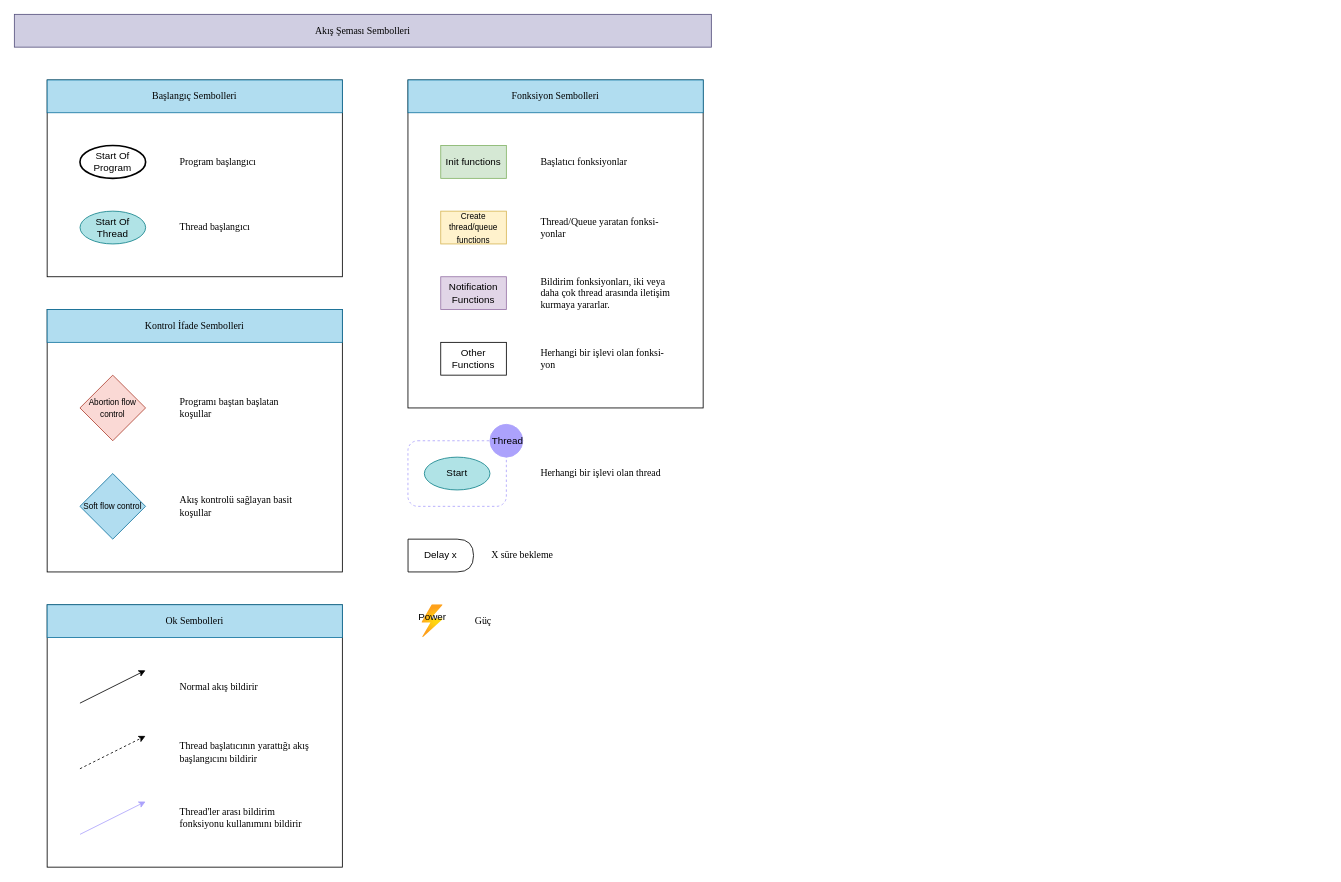
Before: flow_chart_symbols.drawio in Mona-Roza/car_tracking, a draw.io diagram. Source tidied: cells renumbered, new cells numbered last; positions are measured from the earlier drawing's top-left corner, leaving out a move shared by most shapes. Both pictures are drawn from the tidied source at 82%, with x=0, y=0 at pixel (14, 14).
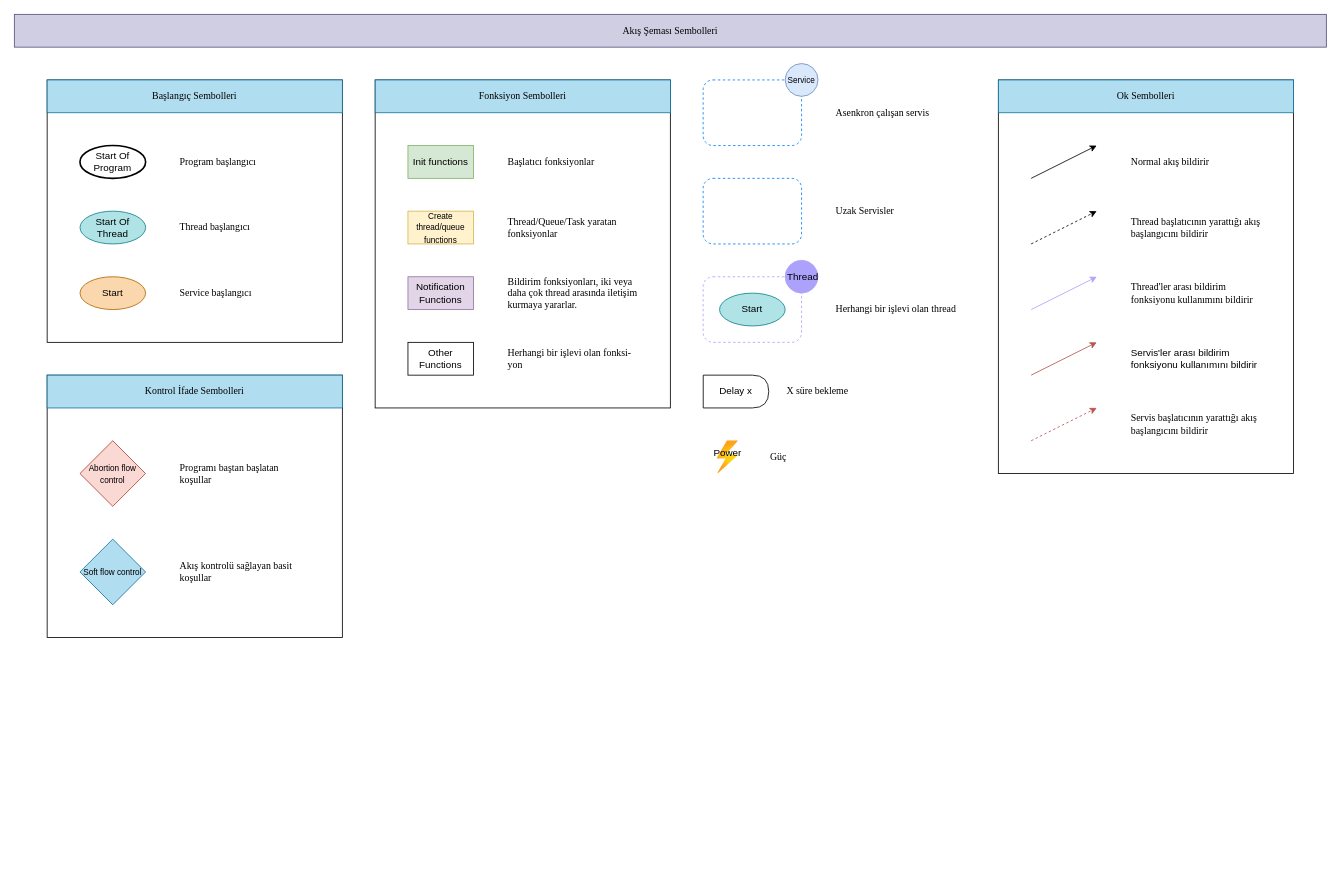
The same page after the edit.

Commit message (it also covers changes not shown here):
add web diagram

Diff of the diagram source:
```diff
@@
     <mxCell id="2" style="rounded=0;whiteSpace=wrap;html=1;fillColor=none;" parent="1" vertex="1">
-      <mxGeometry x="40" y="720" width="360" height="320" as="geometry" />
+      <mxGeometry x="1200" y="80" width="360" height="480" as="geometry" />
     </mxCell>
     <mxCell id="3" style="rounded=0;whiteSpace=wrap;html=1;fillColor=none;" parent="1" vertex="1">
-      <mxGeometry x="40" y="80" width="360" height="240" as="geometry" />
+      <mxGeometry x="40" y="80" width="360" height="320" as="geometry" />
     </mxCell>
     <mxCell id="4" style="rounded=0;whiteSpace=wrap;html=1;fillColor=none;" parent="1" vertex="1">
-      <mxGeometry x="480" y="80" width="360" height="400" as="geometry" />
+      <mxGeometry x="440" y="80" width="360" height="400" as="geometry" />
     </mxCell>
@@
     <mxCell id="7" value="Init functions" style="rounded=0;whiteSpace=wrap;html=1;fillColor=#d5e8d4;strokeColor=#82b366;" parent="1" vertex="1">
-      <mxGeometry x="520" y="160" width="80" height="40" as="geometry" />
+      <mxGeometry x="480" y="160" width="80" height="40" as="geometry" />
     </mxCell>
     <mxCell id="8" value="&lt;font face=&quot;Times New Roman&quot;&gt;Akış Şeması Sembolleri&lt;/font&gt;" style="text;html=1;strokeColor=#56517e;fillColor=#d0cee2;align=center;verticalAlign=middle;whiteSpace=wrap;rounded=0;" parent="1" vertex="1">
-      <mxGeometry width="850" height="40" as="geometry" />
+      <mxGeometry width="1600" height="40" as="geometry" />
     </mxCell>
     <mxCell id="9" value="&lt;font face=&quot;Times New Roman&quot;&gt;Başlatıcı fonksiyonlar&lt;/font&gt;" style="text;html=1;strokeColor=none;fillColor=none;align=left;verticalAlign=middle;whiteSpace=wrap;rounded=0;" parent="1" vertex="1">
-      <mxGeometry x="640" y="160" width="160" height="40" as="geometry" />
+      <mxGeometry x="600" y="160" width="160" height="40" as="geometry" />
     </mxCell>
     <mxCell id="10" value="&lt;font style=&quot;font-size: 10px;&quot;&gt;Create thread/queue functions&lt;/font&gt;" style="rounded=0;whiteSpace=wrap;html=1;fillColor=#fff2cc;strokeColor=#d6b656;" parent="1" vertex="1">
-      <mxGeometry x="520" y="240" width="80" height="40" as="geometry" />
+      <mxGeometry x="480" y="240" width="80" height="40" as="geometry" />
     </mxCell>
-    <mxCell id="11" value="&lt;font face=&quot;Times New Roman&quot;&gt;Thread/Queue yaratan fonksi-yonlar&lt;/font&gt;" style="text;html=1;strokeColor=none;fillColor=none;align=left;verticalAlign=middle;whiteSpace=wrap;rounded=0;" parent="1" vertex="1">
-      <mxGeometry x="640" y="240" width="160" height="40" as="geometry" />
+    <mxCell id="11" value="&lt;font face=&quot;Times New Roman&quot;&gt;Thread/Queue/Task yaratan fonksiyonlar&lt;/font&gt;" style="text;html=1;strokeColor=none;fillColor=none;align=left;verticalAlign=middle;whiteSpace=wrap;rounded=0;" parent="1" vertex="1">
+      <mxGeometry x="600" y="240" width="160" height="40" as="geometry" />
     </mxCell>
     <mxCell id="12" value="&lt;font face=&quot;Times New Roman&quot;&gt;Herhangi bir işlevi olan fonksi-yon&lt;/font&gt;" style="text;html=1;strokeColor=none;fillColor=none;align=left;verticalAlign=middle;whiteSpace=wrap;rounded=0;" parent="1" vertex="1">
-      <mxGeometry x="640" y="400" width="160" height="40" as="geometry" />
+      <mxGeometry x="600" y="400" width="160" height="40" as="geometry" />
     </mxCell>
     <mxCell id="13" value="Other Functions" style="rounded=0;whiteSpace=wrap;html=1;" parent="1" vertex="1">
-      <mxGeometry x="520" y="400" width="80" height="40" as="geometry" />
+      <mxGeometry x="480" y="400" width="80" height="40" as="geometry" />
     </mxCell>
     <mxCell id="14" value="Notification Functions" style="rounded=0;whiteSpace=wrap;html=1;fillColor=#e1d5e7;strokeColor=#9673a6;" parent="1" vertex="1">
-      <mxGeometry x="520" y="320" width="80" height="40" as="geometry" />
+      <mxGeometry x="480" y="320" width="80" height="40" as="geometry" />
     </mxCell>
     <mxCell id="15" value="&lt;font face=&quot;Times New Roman&quot;&gt;Bildirim fonksiyonları, iki veya daha çok thread arasında iletişim kurmaya yararlar.&lt;/font&gt;" style="text;html=1;strokeColor=none;fillColor=none;align=left;verticalAlign=middle;whiteSpace=wrap;rounded=0;" parent="1" vertex="1">
-      <mxGeometry x="640" y="320" width="160" height="40" as="geometry" />
+      <mxGeometry x="600" y="320" width="160" height="40" as="geometry" />
     </mxCell>
@@
     <mxCell id="18" value="&lt;font face=&quot;Times New Roman&quot;&gt;Fonksiyon Sembolleri&lt;/font&gt;" style="text;html=1;strokeColor=#10739e;fillColor=#b1ddf0;align=center;verticalAlign=middle;whiteSpace=wrap;rounded=0;" parent="1" vertex="1">
-      <mxGeometry x="480.1" y="80" width="360" height="40" as="geometry" />
+      <mxGeometry x="440.1" y="80" width="360" height="40" as="geometry" />
     </mxCell>
     <mxCell id="19" style="rounded=0;whiteSpace=wrap;html=1;fillColor=none;" parent="1" vertex="1">
-      <mxGeometry x="40" y="360" width="360" height="320" as="geometry" />
+      <mxGeometry x="40" y="440" width="360" height="320" as="geometry" />
     </mxCell>
     <mxCell id="20" value="&lt;font face=&quot;Times New Roman&quot;&gt;Kontrol İfade Sembolleri&lt;/font&gt;" style="text;html=1;fillColor=#b1ddf0;align=center;verticalAlign=middle;whiteSpace=wrap;rounded=0;strokeColor=#10739e;" parent="1" vertex="1">
-      <mxGeometry x="40" y="360" width="360" height="40" as="geometry" />
+      <mxGeometry x="40" y="440" width="360" height="40" as="geometry" />
     </mxCell>
     <mxCell id="21" value="&lt;span style=&quot;font-size: 10px;&quot;&gt;Abortion flow control&lt;/span&gt;" style="rhombus;whiteSpace=wrap;html=1;fillColor=#fad9d5;strokeColor=#ae4132;" parent="1" vertex="1">
-      <mxGeometry x="80" y="440" width="80" height="80" as="geometry" />
+      <mxGeometry x="80" y="520" width="80" height="80" as="geometry" />
     </mxCell>
     <mxCell id="22" value="&lt;span style=&quot;font-size: 10px;&quot;&gt;Soft flow control&lt;/span&gt;" style="rhombus;whiteSpace=wrap;html=1;fillColor=#b1ddf0;strokeColor=#10739e;" parent="1" vertex="1">
-      <mxGeometry x="80" y="560" width="80" height="80" as="geometry" />
+      <mxGeometry x="80" y="640" width="80" height="80" as="geometry" />
     </mxCell>
     <mxCell id="23" value="&lt;font face=&quot;Times New Roman&quot;&gt;Programı baştan başlatan koşullar&amp;nbsp;&lt;/font&gt;" style="text;html=1;strokeColor=none;fillColor=none;align=left;verticalAlign=middle;whiteSpace=wrap;rounded=0;" parent="1" vertex="1">
-      <mxGeometry x="200" y="440" width="160" height="80" as="geometry" />
+      <mxGeometry x="200" y="520" width="160" height="80" as="geometry" />
     </mxCell>
     <mxCell id="24" value="&lt;font face=&quot;Times New Roman&quot;&gt;Akış kontrolü sağlayan basit koşullar&lt;/font&gt;" style="text;html=1;strokeColor=none;fillColor=none;align=left;verticalAlign=middle;whiteSpace=wrap;rounded=0;" parent="1" vertex="1">
-      <mxGeometry x="200" y="560" width="160" height="80" as="geometry" />
+      <mxGeometry x="200" y="640" width="160" height="80" as="geometry" />
     </mxCell>
@@
     <mxCell id="26" style="rounded=1;whiteSpace=wrap;html=1;dashed=1;fillColor=none;strokeColor=#ACA2FC;" parent="1" vertex="1">
-      <mxGeometry x="480" y="520" width="120" height="80" as="geometry" />
+      <mxGeometry x="840" y="320" width="120" height="80" as="geometry" />
     </mxCell>
     <mxCell id="27" value="&amp;nbsp;Thread" style="ellipse;whiteSpace=wrap;html=1;fillColor=#ACA2FC;strokeColor=#ACA2FC;" parent="1" vertex="1">
-      <mxGeometry x="580" y="500" width="40" height="40" as="geometry" />
+      <mxGeometry x="940" y="300" width="40" height="40" as="geometry" />
     </mxCell>
     <mxCell id="28" value="Start" style="ellipse;whiteSpace=wrap;html=1;fillColor=#b0e3e6;strokeColor=#0e8088;" parent="1" vertex="1">
-      <mxGeometry x="500" y="540" width="80" height="40" as="geometry" />
+      <mxGeometry x="860" y="340" width="80" height="40" as="geometry" />
     </mxCell>
     <mxCell id="29" value="&lt;font face=&quot;Times New Roman&quot;&gt;Herhangi bir işlevi olan thread&lt;/font&gt;" style="text;html=1;strokeColor=none;fillColor=none;align=left;verticalAlign=middle;whiteSpace=wrap;rounded=0;" parent="1" vertex="1">
-      <mxGeometry x="640" y="540" width="160" height="40" as="geometry" />
+      <mxGeometry x="1000" y="340" width="160" height="40" as="geometry" />
     </mxCell>
     <mxCell id="30" value="Delay x" style="shape=delay;whiteSpace=wrap;html=1;" parent="1" vertex="1">
-      <mxGeometry x="480.1" y="640" width="79.9" height="40" as="geometry" />
+      <mxGeometry x="840.1" y="440" width="79.9" height="40" as="geometry" />
     </mxCell>
     <mxCell id="31" value="&lt;font face=&quot;Times New Roman&quot;&gt;X süre bekleme&amp;nbsp;&lt;/font&gt;" style="text;html=1;strokeColor=none;fillColor=none;align=left;verticalAlign=middle;whiteSpace=wrap;rounded=0;" parent="1" vertex="1">
-      <mxGeometry x="580" y="640" width="90" height="40" as="geometry" />
+      <mxGeometry x="940" y="440" width="90" height="40" as="geometry" />
     </mxCell>
     <mxCell id="32" style="image;html=1;align=center;fontSize=12;image=img/lib/azure2/general/Power.svg;" parent="1" vertex="1">
-      <mxGeometry x="497" y="720" width="25.9" height="40" as="geometry" />
+      <mxGeometry x="857" y="520" width="25.9" height="40" as="geometry" />
     </mxCell>
     <mxCell id="33" value="Power" style="text;html=1;strokeColor=none;fillColor=none;align=center;verticalAlign=middle;whiteSpace=wrap;rounded=0;" parent="1" vertex="1">
-      <mxGeometry x="480" y="720" width="60" height="30" as="geometry" />
+      <mxGeometry x="840" y="520" width="60" height="30" as="geometry" />
     </mxCell>
     <mxCell id="34" value="&lt;font face=&quot;Times New Roman&quot;&gt;Güç&lt;/font&gt;" style="text;html=1;strokeColor=none;fillColor=none;align=left;verticalAlign=middle;whiteSpace=wrap;rounded=0;" parent="1" vertex="1">
-      <mxGeometry x="560" y="720" width="40" height="40" as="geometry" />
+      <mxGeometry x="920" y="520" width="40" height="40" as="geometry" />
     </mxCell>
     <mxCell id="35" value="&lt;font face=&quot;Times New Roman&quot;&gt;Ok Sembolleri&lt;/font&gt;" style="text;html=1;strokeColor=#10739e;fillColor=#b1ddf0;align=center;verticalAlign=middle;whiteSpace=wrap;rounded=0;" parent="1" vertex="1">
-      <mxGeometry x="40" y="720" width="360" height="40" as="geometry" />
+      <mxGeometry x="1200" y="80" width="360" height="40" as="geometry" />
     </mxCell>
     <mxCell id="36" style="endArrow=classic;html=1;rounded=0;entryX=0.333;entryY=0.333;entryDx=0;entryDy=0;entryPerimeter=0;dashed=1;" parent="1" edge="1">
       <mxGeometry relative="1" as="geometry">
-        <mxPoint x="80" y="920" as="sourcePoint" />
-        <mxPoint x="160" y="880" as="targetPoint" />
+        <mxPoint x="1240" y="280" as="sourcePoint" />
+        <mxPoint x="1320" y="240" as="targetPoint" />
       </mxGeometry>
     </mxCell>
     <mxCell id="37" style="endArrow=classic;html=1;rounded=0;entryX=0.333;entryY=0.333;entryDx=0;entryDy=0;entryPerimeter=0;" parent="1" edge="1">
       <mxGeometry relative="1" as="geometry">
-        <mxPoint x="80" y="840" as="sourcePoint" />
-        <mxPoint x="160" y="800" as="targetPoint" />
+        <mxPoint x="1240" y="200" as="sourcePoint" />
+        <mxPoint x="1320" y="160" as="targetPoint" />
       </mxGeometry>
     </mxCell>
     <mxCell id="38" style="endArrow=classic;html=1;rounded=0;entryX=0.333;entryY=0.333;entryDx=0;entryDy=0;entryPerimeter=0;strokeColor=#ACA2FC;" parent="1" edge="1">
       <mxGeometry relative="1" as="geometry">
-        <mxPoint x="80.1" y="1000" as="sourcePoint" />
-        <mxPoint x="160.1" y="960" as="targetPoint" />
+        <mxPoint x="1240.1" y="360" as="sourcePoint" />
+        <mxPoint x="1320.1" y="320" as="targetPoint" />
       </mxGeometry>
     </mxCell>
     <mxCell id="39" value="&lt;font face=&quot;Times New Roman&quot;&gt;Normal akış bildirir&lt;/font&gt;" style="text;html=1;strokeColor=none;fillColor=none;align=left;verticalAlign=middle;whiteSpace=wrap;rounded=0;" parent="1" vertex="1">
-      <mxGeometry x="200" y="800" width="160" height="40" as="geometry" />
+      <mxGeometry x="1360" y="160" width="160" height="40" as="geometry" />
     </mxCell>
     <mxCell id="40" value="&lt;font face=&quot;Times New Roman&quot;&gt;Thread başlatıcının yarattığı akış başlangıcını bildirir&lt;/font&gt;" style="text;html=1;strokeColor=none;fillColor=none;align=left;verticalAlign=middle;whiteSpace=wrap;rounded=0;" parent="1" vertex="1">
-      <mxGeometry x="200" y="880" width="160" height="40" as="geometry" />
+      <mxGeometry x="1360" y="240" width="160" height="40" as="geometry" />
     </mxCell>
     <mxCell id="41" value="&lt;font face=&quot;Times New Roman&quot;&gt;Thread'ler arası bildirim fonksiyonu kullanımını bildirir&lt;/font&gt;" style="text;html=1;strokeColor=none;fillColor=none;align=left;verticalAlign=middle;whiteSpace=wrap;rounded=0;" parent="1" vertex="1">
-      <mxGeometry x="200" y="960" width="160" height="40" as="geometry" />
+      <mxGeometry x="1360" y="320" width="160" height="40" as="geometry" />
     </mxCell>
+    <mxCell id="42" value="Start" style="ellipse;whiteSpace=wrap;html=1;fillColor=#fad7ac;strokeColor=#b46504;" parent="1" vertex="1">
+      <mxGeometry x="80.1" y="320" width="79.9" height="40" as="geometry" />
+    </mxCell>
+    <mxCell id="43" value="&lt;font face=&quot;Times New Roman&quot;&gt;Service başlangıcı&lt;/font&gt;" style="text;html=1;strokeColor=none;fillColor=none;align=left;verticalAlign=middle;whiteSpace=wrap;rounded=0;" parent="1" vertex="1">
+      <mxGeometry x="200" y="320" width="160" height="40" as="geometry" />
+    </mxCell>
+    <mxCell id="44" style="rounded=1;whiteSpace=wrap;html=1;dashed=1;strokeColor=#007FFF;fillColor=none;" parent="1" vertex="1">
+      <mxGeometry x="840" y="80" width="120" height="80" as="geometry" />
+    </mxCell>
+    <mxCell id="45" value="Service" style="ellipse;whiteSpace=wrap;html=1;fillColor=#dae8fc;strokeColor=#6c8ebf;align=center;fontSize=10;" parent="1" vertex="1">
+      <mxGeometry x="940.1" y="60" width="40" height="40" as="geometry" />
+    </mxCell>
+    <mxCell id="46" style="rounded=1;whiteSpace=wrap;html=1;dashed=1;strokeColor=#007FFF;fillColor=none;" parent="1" vertex="1">
+      <mxGeometry x="840" y="200" width="120" height="80" as="geometry" />
+    </mxCell>
+    <mxCell id="47" value="&lt;font face=&quot;Times New Roman&quot;&gt;Uzak Servisler&lt;/font&gt;" style="text;html=1;strokeColor=none;fillColor=none;align=left;verticalAlign=middle;whiteSpace=wrap;rounded=0;" parent="1" vertex="1">
+      <mxGeometry x="1000" y="220" width="160" height="40" as="geometry" />
+    </mxCell>
+    <mxCell id="48" value="&lt;font face=&quot;Times New Roman&quot;&gt;Asenkron çalışan servis&lt;/font&gt;" style="text;html=1;strokeColor=none;fillColor=none;align=left;verticalAlign=middle;whiteSpace=wrap;rounded=0;" parent="1" vertex="1">
+      <mxGeometry x="1000" y="100" width="160" height="40" as="geometry" />
+    </mxCell>
+    <mxCell id="49" style="endArrow=classic;html=1;rounded=0;fillColor=#f8cecc;strokeColor=#b85450;" parent="1" edge="1">
+      <mxGeometry relative="1" as="geometry">
+        <mxPoint x="1240" y="440" as="sourcePoint" />
+        <mxPoint x="1320" y="400" as="targetPoint" />
+      </mxGeometry>
+    </mxCell>
+    <mxCell id="50" style="endArrow=classic;html=1;rounded=0;entryX=0.333;entryY=0.333;entryDx=0;entryDy=0;entryPerimeter=0;dashed=1;fillColor=#f8cecc;strokeColor=#b85450;" parent="1" edge="1">
+      <mxGeometry relative="1" as="geometry">
+        <mxPoint x="1240" y="520" as="sourcePoint" />
+        <mxPoint x="1320" y="480" as="targetPoint" />
+      </mxGeometry>
+    </mxCell>
+    <mxCell id="51" value="Servis'ler arası bildirim fonksiyonu kullanımını bildirir" style="text;html=1;strokeColor=none;fillColor=none;align=left;verticalAlign=middle;whiteSpace=wrap;rounded=0;" parent="1" vertex="1">
+      <mxGeometry x="1360" y="400" width="160" height="40" as="geometry" />
+    </mxCell>
+    <mxCell id="52" value="&lt;font face=&quot;Times New Roman&quot;&gt;Servis başlatıcının yarattığı akış başlangıcını bildirir&lt;/font&gt;" style="text;html=1;strokeColor=none;fillColor=none;align=left;verticalAlign=middle;whiteSpace=wrap;rounded=0;" parent="1" vertex="1">
+      <mxGeometry x="1360" y="480" width="160" height="40" as="geometry" />
+    </mxCell>
```
